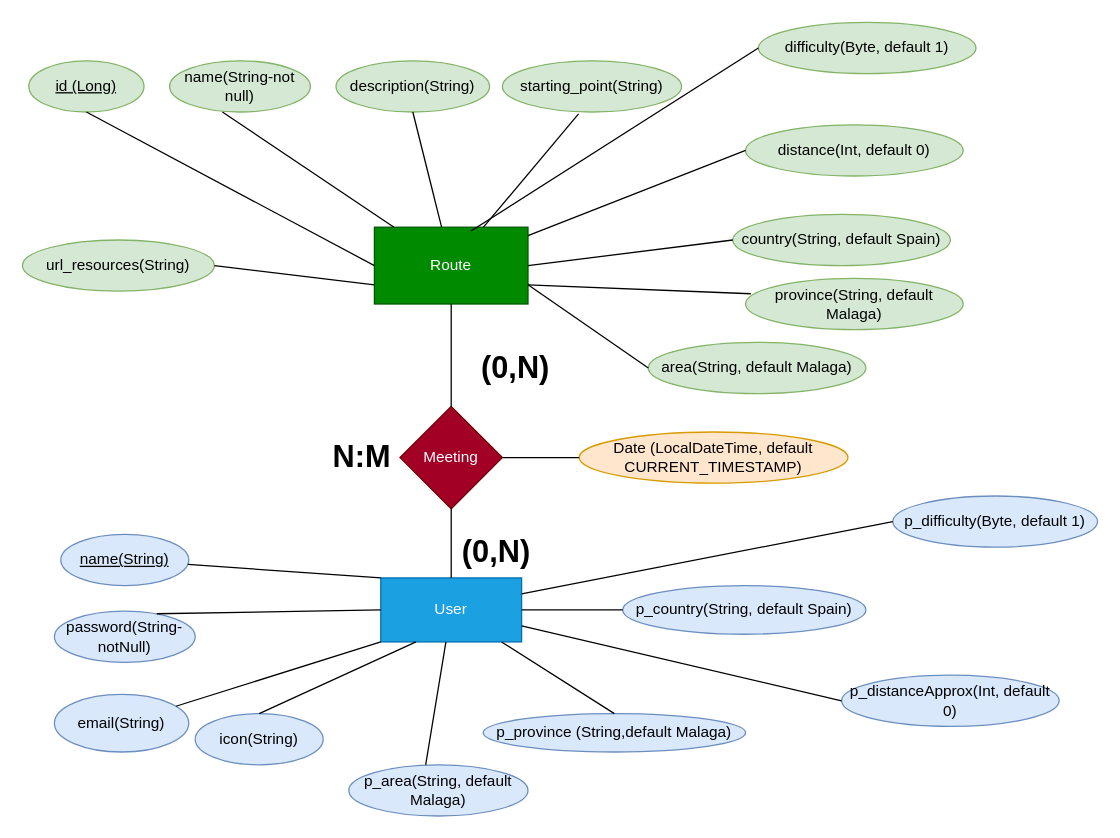
The draw.io diagram documentation_en/EntityRelationV1.drawio in LeonorMalaga/meet2trek, before the edit. Source tidied: cells renumbered, new cells numbered last; positions are measured from the earlier drawing's top-left corner, leaving out a move shared by most shapes. Both pictures are drawn from the tidied source at 128%, with x=0, y=0 at pixel (22, 22).
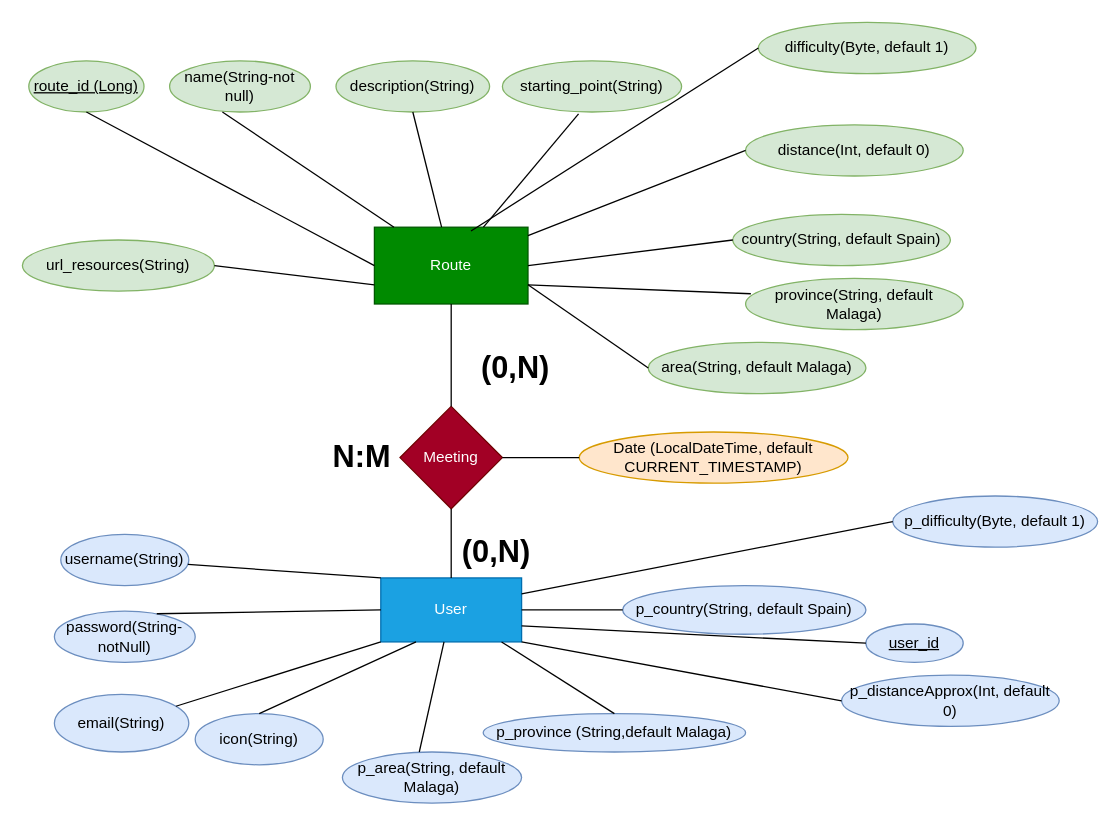
The same page after the edit.

Unchanged cells that the change refers to:
```xml
<mxCell id="19" value="User" style="rounded=0;whiteSpace=wrap;html=1;fillColor=#1ba1e2;fontColor=#ffffff;strokeColor=#006EAF;" parent="1" vertex="1">
  <mxGeometry x="280" y="434" width="110" height="50" as="geometry" />
</mxCell>
<mxCell id="38" value="p_distanceApprox(Int, default 0)" style="ellipse;whiteSpace=wrap;html=1;fillColor=#dae8fc;strokeColor=#6c8ebf;" parent="1" vertex="1">
  <mxGeometry x="640" y="510" width="170" height="40" as="geometry" />
</mxCell>
```

What changed in the source:
```diff
@@
-    <mxCell id="3" value="&lt;u&gt;id (Long)&lt;/u&gt;" style="ellipse;whiteSpace=wrap;html=1;fillColor=#d5e8d4;strokeColor=#82b366;" parent="1" vertex="1">
+    <mxCell id="3" value="&lt;u&gt;route_id (Long)&lt;/u&gt;" style="ellipse;whiteSpace=wrap;html=1;fillColor=#d5e8d4;strokeColor=#82b366;" parent="1" vertex="1">
       <mxGeometry x="5" y="30" width="90" height="40" as="geometry" />
     </mxCell>
@@
-    <mxCell id="22" value="&lt;u&gt;name(String)&lt;/u&gt;" style="ellipse;whiteSpace=wrap;html=1;fillColor=#dae8fc;strokeColor=#6c8ebf;" parent="1" vertex="1">
+    <mxCell id="22" value="&lt;span&gt;username(String)&lt;/span&gt;" style="ellipse;whiteSpace=wrap;html=1;fillColor=#dae8fc;strokeColor=#6c8ebf;fontStyle=0;" parent="1" vertex="1">
       <mxGeometry x="30" y="400" width="100" height="40" as="geometry" />
     </mxCell>
@@
     <mxCell id="36" value="p_area(String, default Malaga)" style="ellipse;whiteSpace=wrap;html=1;fillColor=#dae8fc;strokeColor=#6c8ebf;" parent="1" vertex="1">
-      <mxGeometry x="255" y="580" width="140" height="40" as="geometry" />
+      <mxGeometry x="250" y="570" width="140" height="40" as="geometry" />
     </mxCell>
@@
-    <mxCell id="42" style="endArrow=none;html=1;rounded=0;exitX=1;exitY=0.75;exitDx=0;exitDy=0;entryX=0;entryY=0.5;entryDx=0;entryDy=0;" parent="1" edge="1" source="19" target="38">
+    <mxCell id="42" style="endArrow=none;html=1;rounded=0;exitX=1;exitY=1;exitDx=0;exitDy=0;entryX=0;entryY=0.5;entryDx=0;entryDy=0;" parent="1" edge="1" source="19" target="38">
       <mxGeometry relative="1" as="geometry" />
     </mxCell>
@@
+    <mxCell id="50" value="user_id" style="ellipse;whiteSpace=wrap;html=1;fontStyle=4;fillColor=#dae8fc;strokeColor=#6c8ebf;" parent="1" vertex="1">
+      <mxGeometry x="659" y="470" width="76" height="30" as="geometry" />
+    </mxCell>
+    <mxCell id="51" style="endArrow=none;html=1;rounded=0;exitX=1;exitY=0.75;exitDx=0;exitDy=0;entryX=0;entryY=0.5;entryDx=0;entryDy=0;" parent="1" edge="1" source="19" target="50">
+      <mxGeometry relative="1" as="geometry" />
+    </mxCell>
```
